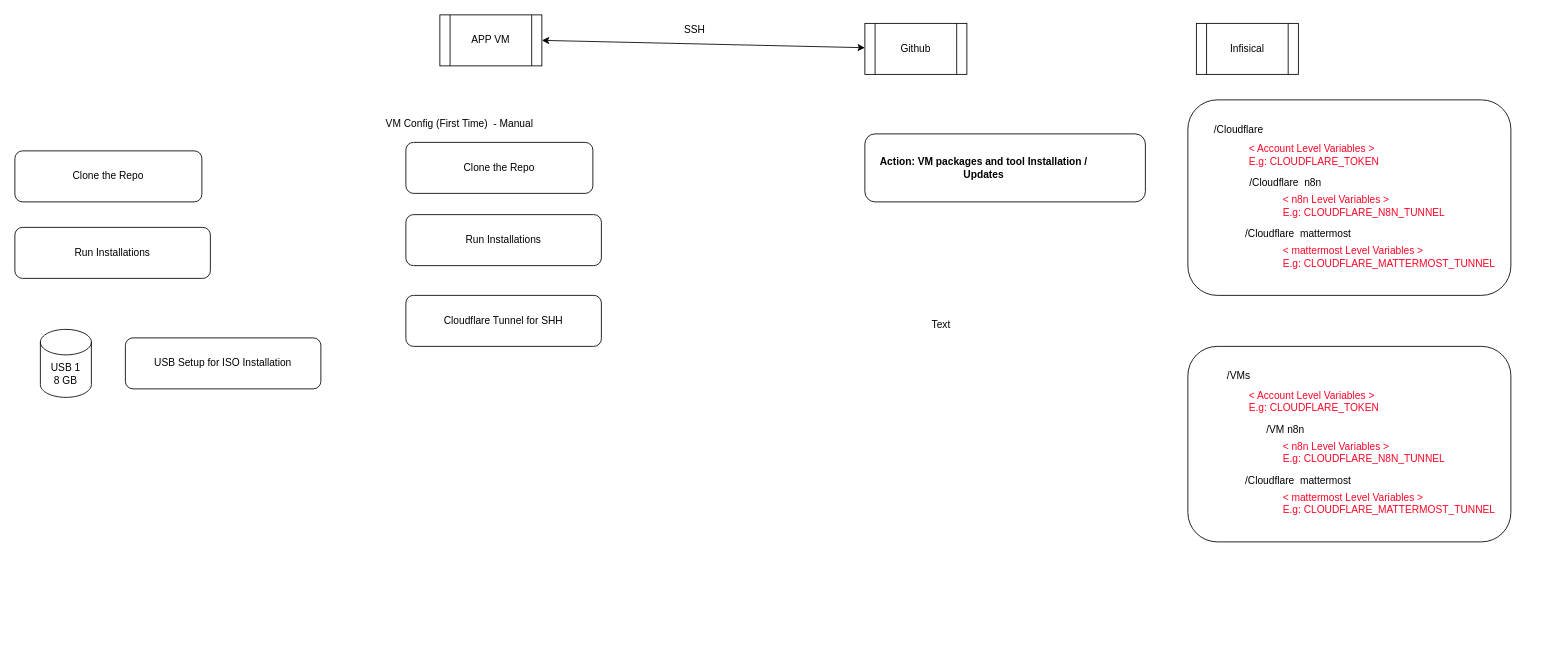
Above: FIG: Architecture.drawio in DoctorDatah/self-hosted-server-apps (draw.io), before the change. Source tidied: cells renumbered, new cells numbered last; positions are measured from the earlier drawing's top-left corner, leaving out a move shared by most shapes. Both pictures are drawn from the tidied source at 85%, with x=0, y=0 at pixel (14, 14).
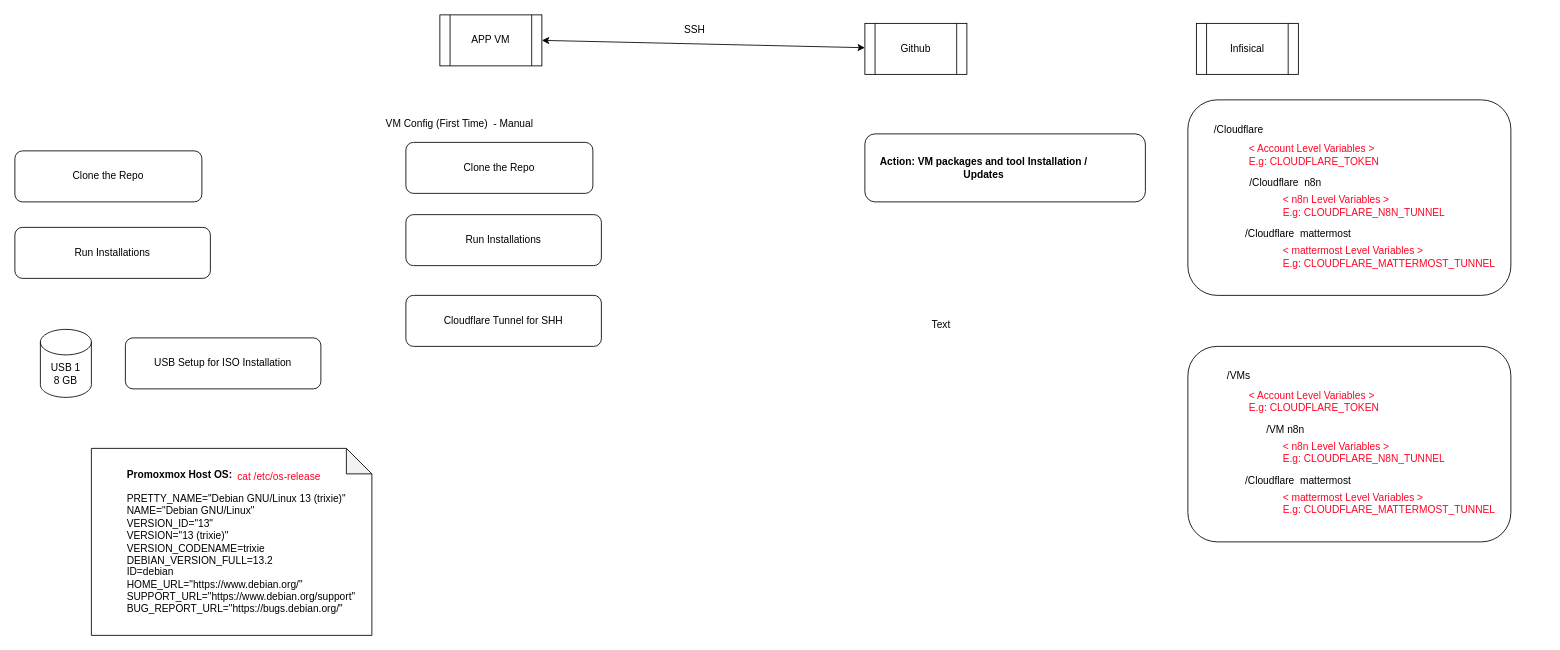
The same diagram, later.

The edit, as a diff of the source:
```diff
@@
+    <mxCell id="34" value="&lt;blockquote style=&quot;margin: 0px 0px 0px 40px; border: medium; padding: 0px;&quot;&gt;&lt;span style=&quot;&quot;&gt;&lt;b&gt;Promoxmox Host OS:&amp;nbsp;&lt;/b&gt;&lt;/span&gt;&lt;/blockquote&gt;&lt;blockquote style=&quot;margin: 0px 0px 0px 40px; border: medium; padding: 0px;&quot;&gt;&lt;span style=&quot;&quot;&gt;&lt;br&gt;&lt;/span&gt;&lt;/blockquote&gt;&lt;blockquote style=&quot;margin: 0px 0px 0px 40px; border: medium; padding: 0px;&quot;&gt;&lt;span style=&quot;&quot;&gt;PRETTY_NAME=&quot;Debian GNU/Linux 13 (trixie)&quot;&lt;br&gt;&lt;/span&gt;&lt;span style=&quot;&quot;&gt;NAME=&quot;Debian GNU/Linux&quot;&lt;br&gt;&lt;/span&gt;&lt;span style=&quot;&quot;&gt;VERSION_ID=&quot;13&quot;&lt;br&gt;&lt;/span&gt;&lt;span style=&quot;&quot;&gt;VERSION=&quot;13 (trixie)&quot;&lt;br&gt;&lt;/span&gt;&lt;span style=&quot;&quot;&gt;VERSION_CODENAME=trixie&lt;br&gt;&lt;/span&gt;&lt;span style=&quot;&quot;&gt;DEBIAN_VERSION_FULL=13.2&lt;br&gt;&lt;/span&gt;&lt;span style=&quot;&quot;&gt;ID=debian&lt;br&gt;&lt;/span&gt;&lt;span style=&quot;&quot;&gt;HOME_URL=&quot;https://www.debian.org/&quot;&lt;br&gt;&lt;/span&gt;&lt;span style=&quot;&quot;&gt;SUPPORT_URL=&quot;https://www.debian.org/support&quot;&lt;br&gt;&lt;/span&gt;&lt;span style=&quot;&quot;&gt;BUG_REPORT_URL=&quot;https://bugs.debian.org/&quot;&lt;/span&gt;&lt;/blockquote&gt;" style="shape=note;whiteSpace=wrap;html=1;backgroundOutline=1;darkOpacity=0.05;align=left;" parent="1" vertex="1">
+      <mxGeometry x="90" y="510" width="330" height="220" as="geometry" />
+    </mxCell>
+    <mxCell id="35" value="cat /etc/os-release" style="text;whiteSpace=wrap;fontColor=#FF0526;" parent="1" vertex="1">
+      <mxGeometry x="260" y="530" width="130" height="40" as="geometry" />
+    </mxCell>
```
